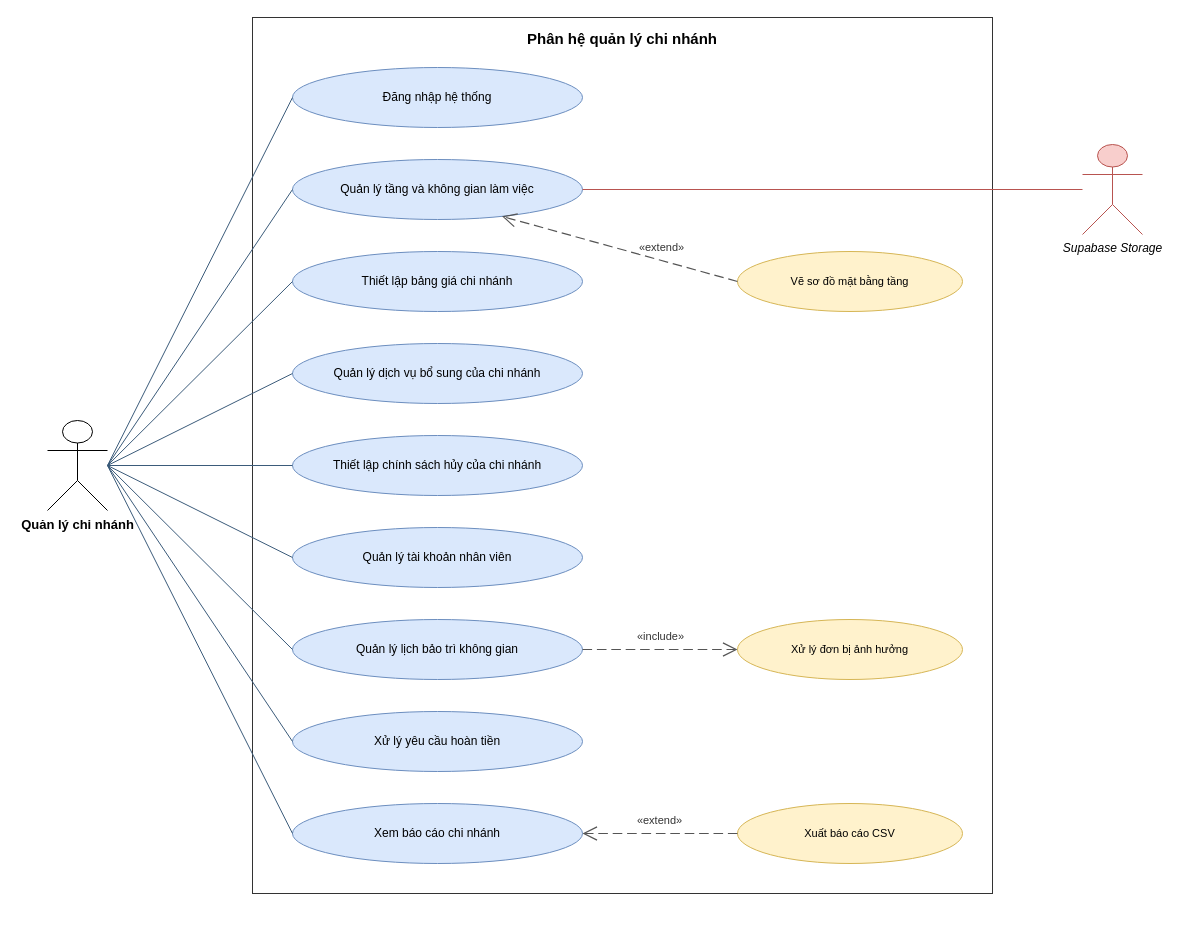
Above: page "Phân hệ quản lý chi nhánh" (4 of 5) of report/Images/Chuong5/cospace-usecase.drawio in cospace-team/DATN_CoSpace (draw.io), before the change. Source tidied: cells renumbered, new cells numbered last; positions are measured from the earlier drawing's top-left corner, leaving out a move shared by most shapes. Both pictures are drawn from the tidied source at 100%, with x=0, y=0 at pixel (47, 17).
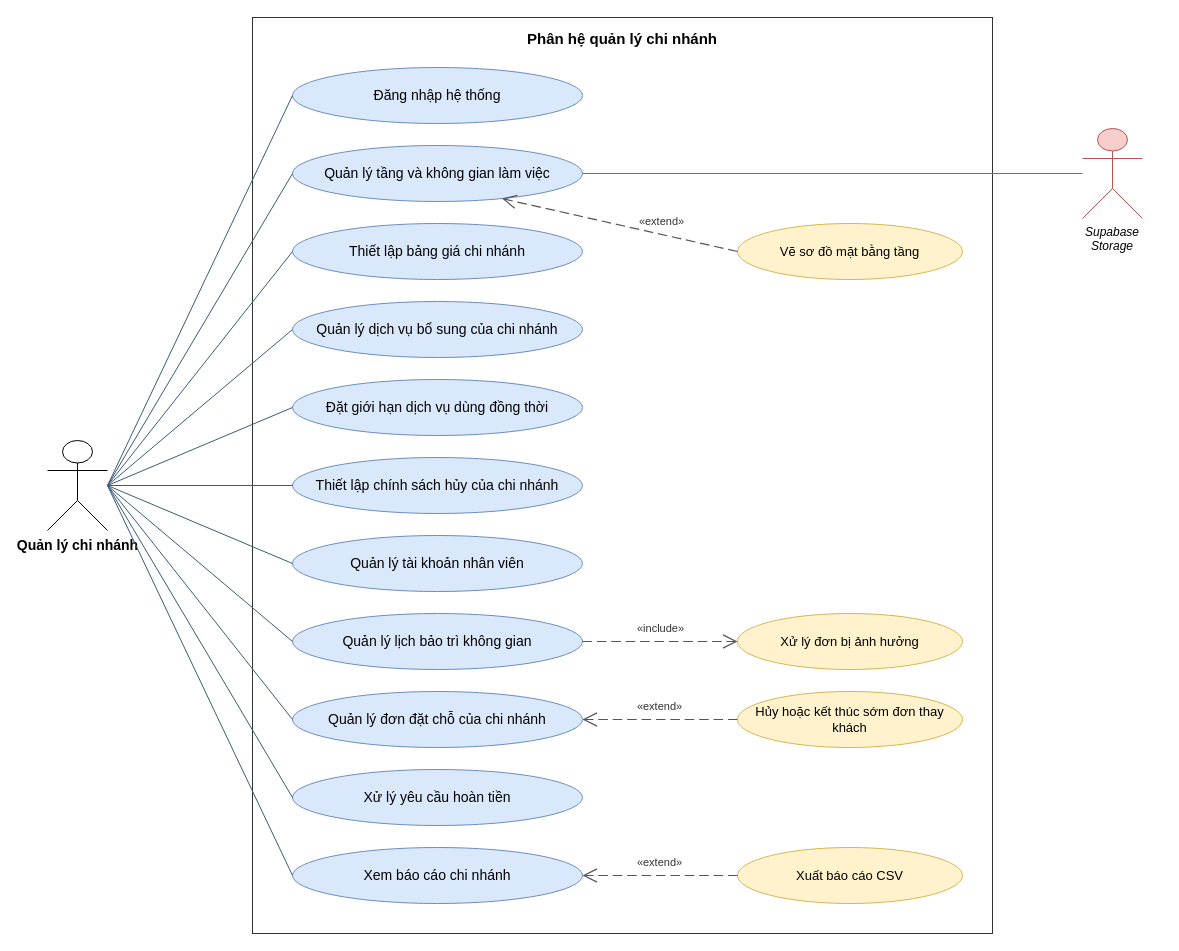
After the change.

What changed in the source:
```diff
@@
     <mxCell id="2" value="Phân hệ quản lý chi nhánh" style="rounded=0;whiteSpace=wrap;html=1;verticalAlign=top;fillColor=none;strokeColor=#333333;fontSize=15;fontStyle=1;spacingTop=6;" parent="1" vertex="1">
-      <mxGeometry x="205" width="740" height="876" as="geometry" />
+      <mxGeometry x="205" width="740" height="916" as="geometry" />
     </mxCell>
-    <mxCell id="3" value="Đăng nhập hệ thống" style="ellipse;whiteSpace=wrap;html=1;fontSize=12;fillColor=#dae8fc;strokeColor=#6c8ebf;" parent="1" vertex="1">
-      <mxGeometry x="245" y="50" width="290" height="60" as="geometry" />
+    <mxCell id="3" value="Đăng nhập hệ thống" style="ellipse;whiteSpace=wrap;html=1;fontSize=14;fillColor=#dae8fc;strokeColor=#6c8ebf;" parent="1" vertex="1">
+      <mxGeometry x="245" y="50" width="290" height="56" as="geometry" />
     </mxCell>
-    <mxCell id="4" value="Quản lý tầng và không gian làm việc" style="ellipse;whiteSpace=wrap;html=1;fontSize=12;fillColor=#dae8fc;strokeColor=#6c8ebf;" parent="1" vertex="1">
-      <mxGeometry x="245" y="142" width="290" height="60" as="geometry" />
+    <mxCell id="4" value="Quản lý tầng và không gian làm việc" style="ellipse;whiteSpace=wrap;html=1;fontSize=14;fillColor=#dae8fc;strokeColor=#6c8ebf;" parent="1" vertex="1">
+      <mxGeometry x="245" y="128" width="290" height="56" as="geometry" />
     </mxCell>
-    <mxCell id="5" value="Thiết lập bảng giá chi nhánh" style="ellipse;whiteSpace=wrap;html=1;fontSize=12;fillColor=#dae8fc;strokeColor=#6c8ebf;" parent="1" vertex="1">
-      <mxGeometry x="245" y="234" width="290" height="60" as="geometry" />
+    <mxCell id="5" value="Thiết lập bảng giá chi nhánh" style="ellipse;whiteSpace=wrap;html=1;fontSize=14;fillColor=#dae8fc;strokeColor=#6c8ebf;" parent="1" vertex="1">
+      <mxGeometry x="245" y="206" width="290" height="56" as="geometry" />
     </mxCell>
-    <mxCell id="6" value="Vẽ sơ đồ mặt bằng tầng" style="ellipse;whiteSpace=wrap;html=1;fontSize=11;fillColor=#fff2cc;strokeColor=#d6b656;" parent="1" vertex="1">
-      <mxGeometry x="690" y="234" width="225" height="60" as="geometry" />
+    <mxCell id="6" value="Vẽ sơ đồ mặt bằng tầng" style="ellipse;whiteSpace=wrap;html=1;fontSize=13;fillColor=#fff2cc;strokeColor=#d6b656;" parent="1" vertex="1">
+      <mxGeometry x="690" y="206" width="225" height="56" as="geometry" />
     </mxCell>
-    <mxCell id="7" value="Quản lý dịch vụ bổ sung của chi nhánh" style="ellipse;whiteSpace=wrap;html=1;fontSize=12;fillColor=#dae8fc;strokeColor=#6c8ebf;" parent="1" vertex="1">
-      <mxGeometry x="245" y="326" width="290" height="60" as="geometry" />
+    <mxCell id="7" value="Quản lý dịch vụ bổ sung của chi nhánh" style="ellipse;whiteSpace=wrap;html=1;fontSize=14;fillColor=#dae8fc;strokeColor=#6c8ebf;" parent="1" vertex="1">
+      <mxGeometry x="245" y="284" width="290" height="56" as="geometry" />
     </mxCell>
-    <mxCell id="8" value="Thiết lập chính sách hủy của chi nhánh" style="ellipse;whiteSpace=wrap;html=1;fontSize=12;fillColor=#dae8fc;strokeColor=#6c8ebf;" parent="1" vertex="1">
-      <mxGeometry x="245" y="418" width="290" height="60" as="geometry" />
+    <mxCell id="8" value="Đặt giới hạn dịch vụ dùng đồng thời" style="ellipse;whiteSpace=wrap;html=1;fontSize=14;fillColor=#dae8fc;strokeColor=#6c8ebf;" parent="1" vertex="1">
+      <mxGeometry x="245" y="362" width="290" height="56" as="geometry" />
     </mxCell>
-    <mxCell id="9" value="Quản lý tài khoản nhân viên" style="ellipse;whiteSpace=wrap;html=1;fontSize=12;fillColor=#dae8fc;strokeColor=#6c8ebf;" parent="1" vertex="1">
-      <mxGeometry x="245" y="510" width="290" height="60" as="geometry" />
+    <mxCell id="9" value="Thiết lập chính sách hủy của chi nhánh" style="ellipse;whiteSpace=wrap;html=1;fontSize=14;fillColor=#dae8fc;strokeColor=#6c8ebf;" parent="1" vertex="1">
+      <mxGeometry x="245" y="440" width="290" height="56" as="geometry" />
     </mxCell>
-    <mxCell id="10" value="Quản lý lịch bảo trì không gian" style="ellipse;whiteSpace=wrap;html=1;fontSize=12;fillColor=#dae8fc;strokeColor=#6c8ebf;" parent="1" vertex="1">
-      <mxGeometry x="245" y="602" width="290" height="60" as="geometry" />
+    <mxCell id="10" value="Quản lý tài khoản nhân viên" style="ellipse;whiteSpace=wrap;html=1;fontSize=14;fillColor=#dae8fc;strokeColor=#6c8ebf;" parent="1" vertex="1">
+      <mxGeometry x="245" y="518" width="290" height="56" as="geometry" />
     </mxCell>
+    <mxCell id="12" value="Quản lý lịch bảo trì không gian" style="ellipse;whiteSpace=wrap;html=1;fontSize=14;fillColor=#dae8fc;strokeColor=#6c8ebf;" parent="1" vertex="1">
+      <mxGeometry x="245" y="596" width="290" height="56" as="geometry" />
+    </mxCell>
-    <mxCell id="11" value="Xử lý đơn bị ảnh hưởng" style="ellipse;whiteSpace=wrap;html=1;fontSize=11;fillColor=#fff2cc;strokeColor=#d6b656;" parent="1" vertex="1">
-      <mxGeometry x="690" y="602" width="225" height="60" as="geometry" />
+    <mxCell id="11" value="Xử lý đơn bị ảnh hưởng" style="ellipse;whiteSpace=wrap;html=1;fontSize=13;fillColor=#fff2cc;strokeColor=#d6b656;" parent="1" vertex="1">
+      <mxGeometry x="690" y="596" width="225" height="56" as="geometry" />
     </mxCell>
-    <mxCell id="12" value="Xử lý yêu cầu hoàn tiền" style="ellipse;whiteSpace=wrap;html=1;fontSize=12;fillColor=#dae8fc;strokeColor=#6c8ebf;" parent="1" vertex="1">
-      <mxGeometry x="245" y="694" width="290" height="60" as="geometry" />
-    </mxCell>
-    <mxCell id="13" value="Xem báo cáo chi nhánh" style="ellipse;whiteSpace=wrap;html=1;fontSize=12;fillColor=#dae8fc;strokeColor=#6c8ebf;" parent="1" vertex="1">
-      <mxGeometry x="245" y="786" width="290" height="60" as="geometry" />
+    <mxCell id="13" value="Quản lý đơn đặt chỗ của chi nhánh" style="ellipse;whiteSpace=wrap;html=1;fontSize=14;fillColor=#dae8fc;strokeColor=#6c8ebf;" parent="1" vertex="1">
+      <mxGeometry x="245" y="674" width="290" height="56" as="geometry" />
     </mxCell>
-    <mxCell id="14" value="Xuất báo cáo CSV" style="ellipse;whiteSpace=wrap;html=1;fontSize=11;fillColor=#fff2cc;strokeColor=#d6b656;" parent="1" vertex="1">
-      <mxGeometry x="690" y="786" width="225" height="60" as="geometry" />
+    <mxCell id="14" value="Hủy hoặc kết thúc sớm đơn thay khách" style="ellipse;whiteSpace=wrap;html=1;fontSize=13;fillColor=#fff2cc;strokeColor=#d6b656;" parent="1" vertex="1">
+      <mxGeometry x="690" y="674" width="225" height="56" as="geometry" />
     </mxCell>
+    <mxCell id="30" value="Xử lý yêu cầu hoàn tiền" style="ellipse;whiteSpace=wrap;html=1;fontSize=14;fillColor=#dae8fc;strokeColor=#6c8ebf;" parent="1" vertex="1">
+      <mxGeometry x="245" y="752" width="290" height="56" as="geometry" />
+    </mxCell>
+    <mxCell id="31" value="Xem báo cáo chi nhánh" style="ellipse;whiteSpace=wrap;html=1;fontSize=14;fillColor=#dae8fc;strokeColor=#6c8ebf;" parent="1" vertex="1">
+      <mxGeometry x="245" y="830" width="290" height="56" as="geometry" />
+    </mxCell>
+    <mxCell id="32" value="Xuất báo cáo CSV" style="ellipse;whiteSpace=wrap;html=1;fontSize=13;fillColor=#fff2cc;strokeColor=#d6b656;" parent="1" vertex="1">
+      <mxGeometry x="690" y="830" width="225" height="56" as="geometry" />
+    </mxCell>
-    <mxCell id="15" value="Quản lý chi nhánh" style="shape=umlActor;verticalLabelPosition=bottom;verticalAlign=top;html=1;outlineConnect=0;fontSize=13;fontStyle=1;" parent="1" vertex="1">
-      <mxGeometry y="403" width="60" height="90" as="geometry" />
+    <mxCell id="15" value="Quản lý chi nhánh" style="shape=umlActor;verticalLabelPosition=bottom;verticalAlign=top;html=1;outlineConnect=0;fontSize=14;fontStyle=1;" parent="1" vertex="1">
+      <mxGeometry y="423" width="60" height="90" as="geometry" />
     </mxCell>
@@
+    <mxCell id="26" style="endArrow=none;html=1;rounded=0;strokeColor=#3b5b7a;exitX=1;exitY=0.5;exitDx=0;exitDy=0;exitPerimeter=0;entryX=0;entryY=0.5;entryDx=0;entryDy=0;" parent="1" edge="1" source="15" target="30">
+      <mxGeometry relative="1" as="geometry" />
+    </mxCell>
+    <mxCell id="33" style="endArrow=none;html=1;rounded=0;strokeColor=#3b5b7a;exitX=1;exitY=0.5;exitDx=0;exitDy=0;exitPerimeter=0;entryX=0;entryY=0.5;entryDx=0;entryDy=0;" parent="1" edge="1" source="15" target="31">
+      <mxGeometry relative="1" as="geometry" />
+    </mxCell>
-    <mxCell id="25" value="Supabase Storage" style="shape=umlActor;verticalLabelPosition=bottom;verticalAlign=top;html=1;outlineConnect=0;fontSize=12;fontStyle=2;strokeColor=#b85450;fillColor=#f8cecc;" parent="1" vertex="1">
-      <mxGeometry x="1035" y="127" width="60" height="90" as="geometry" />
+    <mxCell id="25" value="Supabase Storage" style="shape=umlActor;verticalLabelPosition=bottom;verticalAlign=top;html=1;outlineConnect=0;fontSize=12;fontStyle=2;strokeColor=#b85450;fillColor=#f8cecc;whiteSpace=wrap;" parent="1" vertex="1">
+      <mxGeometry x="1035" y="111" width="60" height="90" as="geometry" />
     </mxCell>
-    <mxCell id="26" style="endArrow=none;html=1;rounded=0;strokeColor=#b85450;exitX=0;exitY=0.5;exitDx=0;exitDy=0;exitPerimeter=0;entryX=1;entryY=0.5;entryDx=0;entryDy=0;" parent="1" edge="1" source="25" target="4">
-      <mxGeometry relative="1" as="geometry" />
-    </mxCell>
+    <mxCell id="34" style="endArrow=none;html=1;rounded=0;strokeColor=#b85450;exitX=0;exitY=0.5;exitDx=0;exitDy=0;exitPerimeter=0;entryX=1;entryY=0.5;entryDx=0;entryDy=0;" parent="1" edge="1" source="25" target="4">
+      <mxGeometry relative="1" as="geometry" />
+    </mxCell>
@@
-    <mxCell id="28" value="«include»" style="endArrow=open;endFill=0;endSize=12;dashed=1;dashPattern=8 4;html=1;rounded=0;strokeColor=#555555;strokeWidth=1.2;fontSize=11;fontColor=#333333;labelBackgroundColor=#ffffff;exitX=1;exitY=0.5;exitDx=0;exitDy=0;entryX=0;entryY=0.5;entryDx=0;entryDy=0;" parent="1" edge="1" source="10" target="11">
+    <mxCell id="28" value="«include»" style="endArrow=open;endFill=0;endSize=12;dashed=1;dashPattern=8 4;html=1;rounded=0;strokeColor=#555555;strokeWidth=1.2;fontSize=11;fontColor=#333333;labelBackgroundColor=#ffffff;exitX=1;exitY=0.5;exitDx=0;exitDy=0;entryX=0;entryY=0.5;entryDx=0;entryDy=0;" parent="1" edge="1" source="12" target="11">
       <mxGeometry relative="1" as="geometry">
         <mxPoint y="-13" as="offset" />
       </mxGeometry>
     </mxCell>
@@
+    <mxCell id="35" value="«extend»" style="endArrow=open;endFill=0;endSize=12;dashed=1;dashPattern=8 4;html=1;rounded=0;strokeColor=#555555;strokeWidth=1.2;fontSize=11;fontColor=#333333;labelBackgroundColor=#ffffff;exitX=0;exitY=0.5;exitDx=0;exitDy=0;entryX=1;entryY=0.5;entryDx=0;entryDy=0;" parent="1" edge="1" source="32" target="31">
+      <mxGeometry relative="1" as="geometry">
+        <mxPoint y="-13" as="offset" />
+      </mxGeometry>
+    </mxCell>
```
